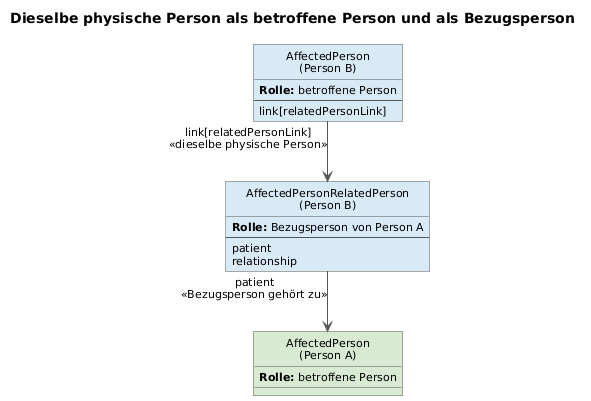
Earlier version of the PlantUML export rki.emiga.common/guides/implementationguides.common/PlantUML/PNGs/same-person-different-roles.png (robert-koch-institut/rki.emiga.common). Its diagram source:
```plantuml
@startuml
title Dieselbe physische Person als betroffene Person und als Bezugsperson

skinparam shadowing false
skinparam roundcorner 0
skinparam linetype ortho
skinparam classAttributeIconSize 0
skinparam defaultFontName Arial
skinparam defaultFontSize 11

skinparam ArrowColor #555555
skinparam classBorderColor #555555

hide circle



class "AffectedPerson\n(Person A)" as PersonA #D9EAD3 {
  <b>Rolle:</b> betroffene Person
}


class "AffectedPerson\n(Person B)" as PersonB #D9EAF7 {
  <b>Rolle:</b> betroffene Person
  --
  link[relatedPersonLink]
}


class "AffectedPersonRelatedPerson\n(Person B)" as RelatedPersonB #D9EAF7 {
  <b>Rolle:</b> Bezugsperson von Person A
  --
  patient
  relationship
}


RelatedPersonB --> PersonA : patient\n«Bezugsperson gehört zu»


PersonB --> RelatedPersonB : link[relatedPersonLink]\n«dieselbe physische Person»
@enduml
```
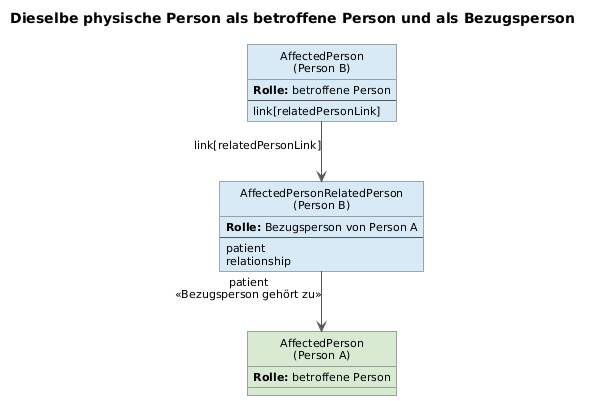
Later version of the same file.

What changed in the source:
```diff
@@ -38,5 +38,5 @@
 RelatedPersonB --> PersonA : patient\n«Bezugsperson gehört zu»
 
 
-PersonB --> RelatedPersonB : link[relatedPersonLink]\n«dieselbe physische Person»
+PersonB --> RelatedPersonB : link[relatedPersonLink]
 @enduml
```
